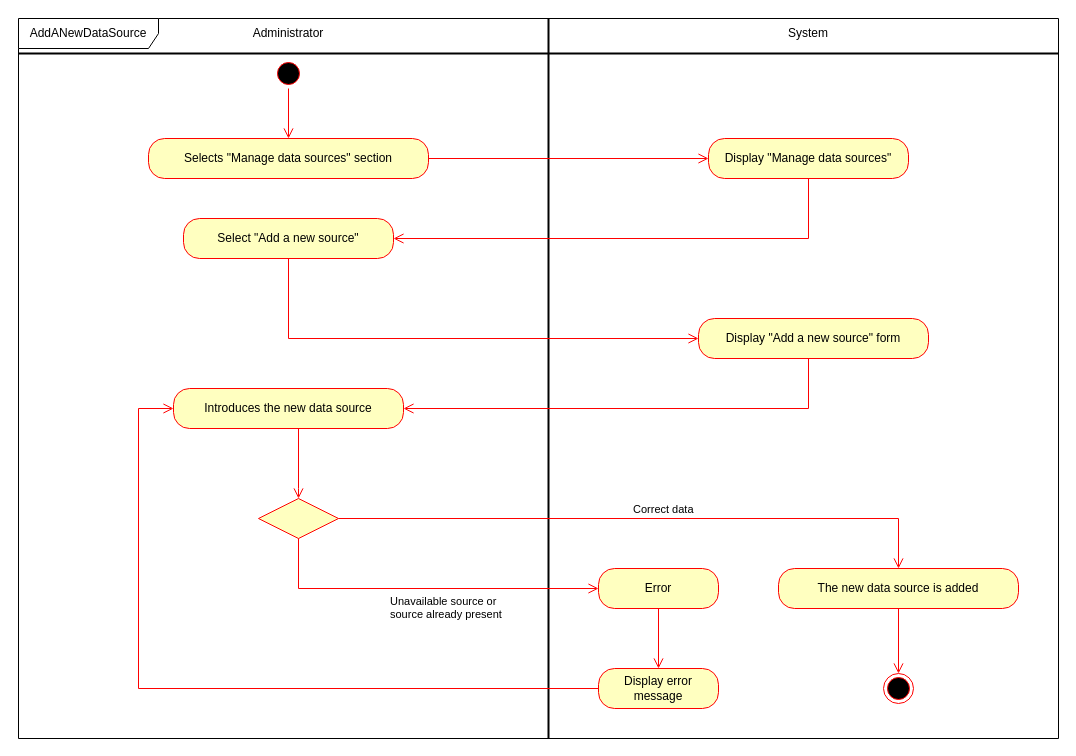
Above: page "AddANewDataSource" (2 of 4) of Administrator.drawio in matteovisotto/SE2-CecchettoSirianiVisotto (draw.io), before the change. Source tidied: cells renumbered, new cells numbered last; positions are measured from the earlier drawing's top-left corner, leaving out a move shared by most shapes. Both pictures are drawn from the tidied source at 100%, with x=0, y=0 at pixel (18, 18).
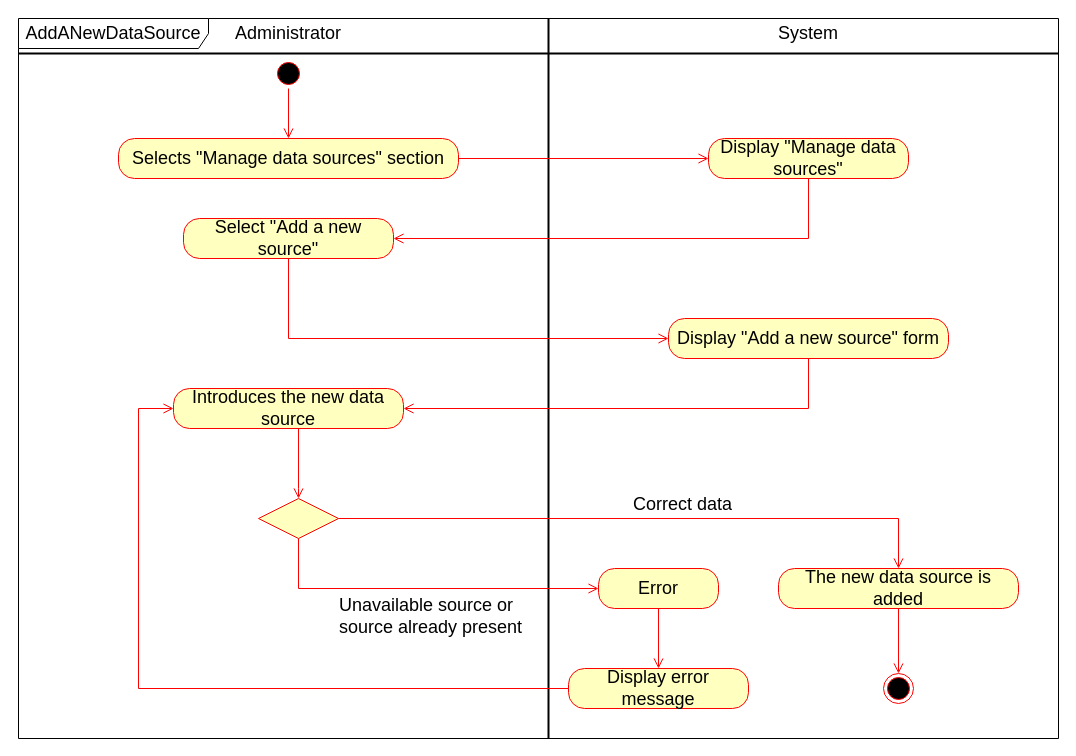
After the change.

The change refers to these unchanged cells:
```xml
<mxCell id="18" style="rhombus;whiteSpace=wrap;html=1;fillColor=#ffffc0;strokeColor=#ff0000;" parent="1" vertex="1">
  <mxGeometry x="240" y="480" width="80" height="40" as="geometry" />
</mxCell>
```

What changed in the source:
```diff
@@
-    <mxCell id="2" value="AddANewDataSource" style="shape=umlFrame;whiteSpace=wrap;html=1;width=140;height=30;" parent="1" vertex="1">
+    <mxCell id="2" value="&lt;font style=&quot;font-size: 18px&quot;&gt;AddANewDataSource&lt;/font&gt;" style="shape=umlFrame;whiteSpace=wrap;html=1;width=190;height=30;" parent="1" vertex="1">
       <mxGeometry width="1040" height="720" as="geometry" />
     </mxCell>
@@
-    <mxCell id="6" value="Introduces the new data source" style="rounded=1;whiteSpace=wrap;html=1;arcSize=40;fontColor=#000000;fillColor=#ffffc0;strokeColor=#ff0000;" parent="1" vertex="1">
+    <mxCell id="6" value="&lt;font style=&quot;font-size: 18px&quot;&gt;Introduces the new data source&lt;/font&gt;" style="rounded=1;whiteSpace=wrap;html=1;arcSize=40;fontColor=#000000;fillColor=#ffffc0;strokeColor=#ff0000;" parent="1" vertex="1">
       <mxGeometry x="155" y="370" width="230" height="40" as="geometry" />
     </mxCell>
@@
-    <mxCell id="10" value="Administrator" style="text;html=1;strokeColor=none;fillColor=none;align=center;verticalAlign=middle;whiteSpace=wrap;rounded=0;" parent="1" vertex="1">
+    <mxCell id="10" value="&lt;font style=&quot;font-size: 18px&quot;&gt;Administrator&lt;/font&gt;" style="text;html=1;strokeColor=none;fillColor=none;align=center;verticalAlign=middle;whiteSpace=wrap;rounded=0;" parent="1" vertex="1">
       <mxGeometry x="215" width="110" height="30" as="geometry" />
     </mxCell>
-    <mxCell id="11" value="System" style="text;html=1;strokeColor=none;fillColor=none;align=center;verticalAlign=middle;whiteSpace=wrap;rounded=0;" parent="1" vertex="1">
+    <mxCell id="11" value="&lt;font style=&quot;font-size: 18px&quot;&gt;System&lt;/font&gt;" style="text;html=1;strokeColor=none;fillColor=none;align=center;verticalAlign=middle;whiteSpace=wrap;rounded=0;" parent="1" vertex="1">
       <mxGeometry x="760" width="60" height="30" as="geometry" />
     </mxCell>
-    <mxCell id="12" value="Selects &quot;Manage data sources&quot; section" style="rounded=1;whiteSpace=wrap;html=1;arcSize=40;fontColor=#000000;fillColor=#ffffc0;strokeColor=#ff0000;" parent="1" vertex="1">
-      <mxGeometry x="130" y="120" width="280" height="40" as="geometry" />
+    <mxCell id="12" value="&lt;font style=&quot;font-size: 18px&quot;&gt;Selects &quot;Manage data sources&quot; section&lt;/font&gt;" style="rounded=1;whiteSpace=wrap;html=1;arcSize=40;fontColor=#000000;fillColor=#ffffc0;strokeColor=#ff0000;" parent="1" vertex="1">
+      <mxGeometry x="100" y="120" width="340" height="40" as="geometry" />
     </mxCell>
@@
-    <mxCell id="14" value="Display &quot;Manage data sources&quot;" style="rounded=1;whiteSpace=wrap;html=1;arcSize=40;fontColor=#000000;fillColor=#ffffc0;strokeColor=#ff0000;" parent="1" vertex="1">
+    <mxCell id="14" value="&lt;font style=&quot;font-size: 18px&quot;&gt;Display &quot;Manage data sources&quot;&lt;/font&gt;" style="rounded=1;whiteSpace=wrap;html=1;arcSize=40;fontColor=#000000;fillColor=#ffffc0;strokeColor=#ff0000;" parent="1" vertex="1">
       <mxGeometry x="690" y="120" width="200" height="40" as="geometry" />
     </mxCell>
@@
-    <mxCell id="16" value="The new data source is added" style="rounded=1;whiteSpace=wrap;html=1;arcSize=40;fontColor=#000000;fillColor=#ffffc0;strokeColor=#ff0000;" parent="1" vertex="1">
+    <mxCell id="16" value="&lt;font style=&quot;font-size: 18px&quot;&gt;The new data source is added&lt;/font&gt;" style="rounded=1;whiteSpace=wrap;html=1;arcSize=40;fontColor=#000000;fillColor=#ffffc0;strokeColor=#ff0000;" parent="1" vertex="1">
       <mxGeometry x="760" y="550" width="240" height="40" as="geometry" />
     </mxCell>
@@
-    <mxCell id="19" value="Correct data" style="edgeStyle=orthogonalEdgeStyle;html=1;align=left;verticalAlign=bottom;endArrow=open;endSize=8;strokeColor=#ff0000;rounded=0;" parent="1" edge="1" source="18" target="16">
+    <mxCell id="19" value="&lt;font style=&quot;font-size: 18px&quot;&gt;Correct data&lt;/font&gt;" style="edgeStyle=orthogonalEdgeStyle;html=1;align=left;verticalAlign=bottom;endArrow=open;endSize=8;strokeColor=#ff0000;rounded=0;" parent="1" edge="1" source="18" target="16">
       <mxGeometry x="-0.04" relative="1" as="geometry" />
     </mxCell>
-    <mxCell id="20" value="Unavailable source or&lt;br&gt;source already present" style="edgeStyle=orthogonalEdgeStyle;html=1;align=left;verticalAlign=top;endArrow=open;endSize=8;strokeColor=#ff0000;rounded=0;" parent="1" edge="1" source="18" target="21">
-      <mxGeometry x="-0.2" relative="1" as="geometry">
+    <mxCell id="20" value="&lt;font style=&quot;font-size: 18px&quot;&gt;Unavailable source or&lt;br&gt;source already present&lt;/font&gt;" style="edgeStyle=orthogonalEdgeStyle;html=1;align=left;verticalAlign=top;endArrow=open;endSize=8;strokeColor=#ff0000;rounded=0;" parent="1" edge="1" source="18" target="21">
+      <mxGeometry x="-0.49" relative="1" as="geometry">
         <Array as="points">
           <mxPoint x="280" y="570" />
         </Array>
       </mxGeometry>
     </mxCell>
-    <mxCell id="21" value="Error" style="rounded=1;whiteSpace=wrap;html=1;arcSize=40;fontColor=#000000;fillColor=#ffffc0;strokeColor=#ff0000;" parent="1" vertex="1">
+    <mxCell id="21" value="&lt;font style=&quot;font-size: 18px&quot;&gt;Error&lt;/font&gt;" style="rounded=1;whiteSpace=wrap;html=1;arcSize=40;fontColor=#000000;fillColor=#ffffc0;strokeColor=#ff0000;" parent="1" vertex="1">
       <mxGeometry x="580" y="550" width="120" height="40" as="geometry" />
     </mxCell>
@@
-    <mxCell id="23" value="Display error message" style="rounded=1;whiteSpace=wrap;html=1;arcSize=40;fontColor=#000000;fillColor=#ffffc0;strokeColor=#ff0000;" parent="1" vertex="1">
-      <mxGeometry x="580" y="650" width="120" height="40" as="geometry" />
+    <mxCell id="23" value="&lt;font style=&quot;font-size: 18px&quot;&gt;Display error message&lt;/font&gt;" style="rounded=1;whiteSpace=wrap;html=1;arcSize=40;fontColor=#000000;fillColor=#ffffc0;strokeColor=#ff0000;" parent="1" vertex="1">
+      <mxGeometry x="550" y="650" width="180" height="40" as="geometry" />
     </mxCell>
@@
-    <mxCell id="25" value="Select &quot;Add a new source&quot;" style="rounded=1;whiteSpace=wrap;html=1;arcSize=40;fontColor=#000000;fillColor=#ffffc0;strokeColor=#ff0000;" parent="1" vertex="1">
+    <mxCell id="25" value="&lt;font style=&quot;font-size: 18px&quot;&gt;Select &quot;Add a new source&quot;&lt;/font&gt;" style="rounded=1;whiteSpace=wrap;html=1;arcSize=40;fontColor=#000000;fillColor=#ffffc0;strokeColor=#ff0000;" parent="1" vertex="1">
       <mxGeometry x="165" y="200" width="210" height="40" as="geometry" />
     </mxCell>
@@
-    <mxCell id="27" value="Display &quot;Add a new source&quot; form" style="rounded=1;whiteSpace=wrap;html=1;arcSize=40;fontColor=#000000;fillColor=#ffffc0;strokeColor=#ff0000;" parent="1" vertex="1">
-      <mxGeometry x="680" y="300" width="230" height="40" as="geometry" />
+    <mxCell id="27" value="&lt;font style=&quot;font-size: 18px&quot;&gt;Display &quot;Add a new source&quot; form&lt;/font&gt;" style="rounded=1;whiteSpace=wrap;html=1;arcSize=40;fontColor=#000000;fillColor=#ffffc0;strokeColor=#ff0000;" parent="1" vertex="1">
+      <mxGeometry x="650" y="300" width="280" height="40" as="geometry" />
     </mxCell>
```
